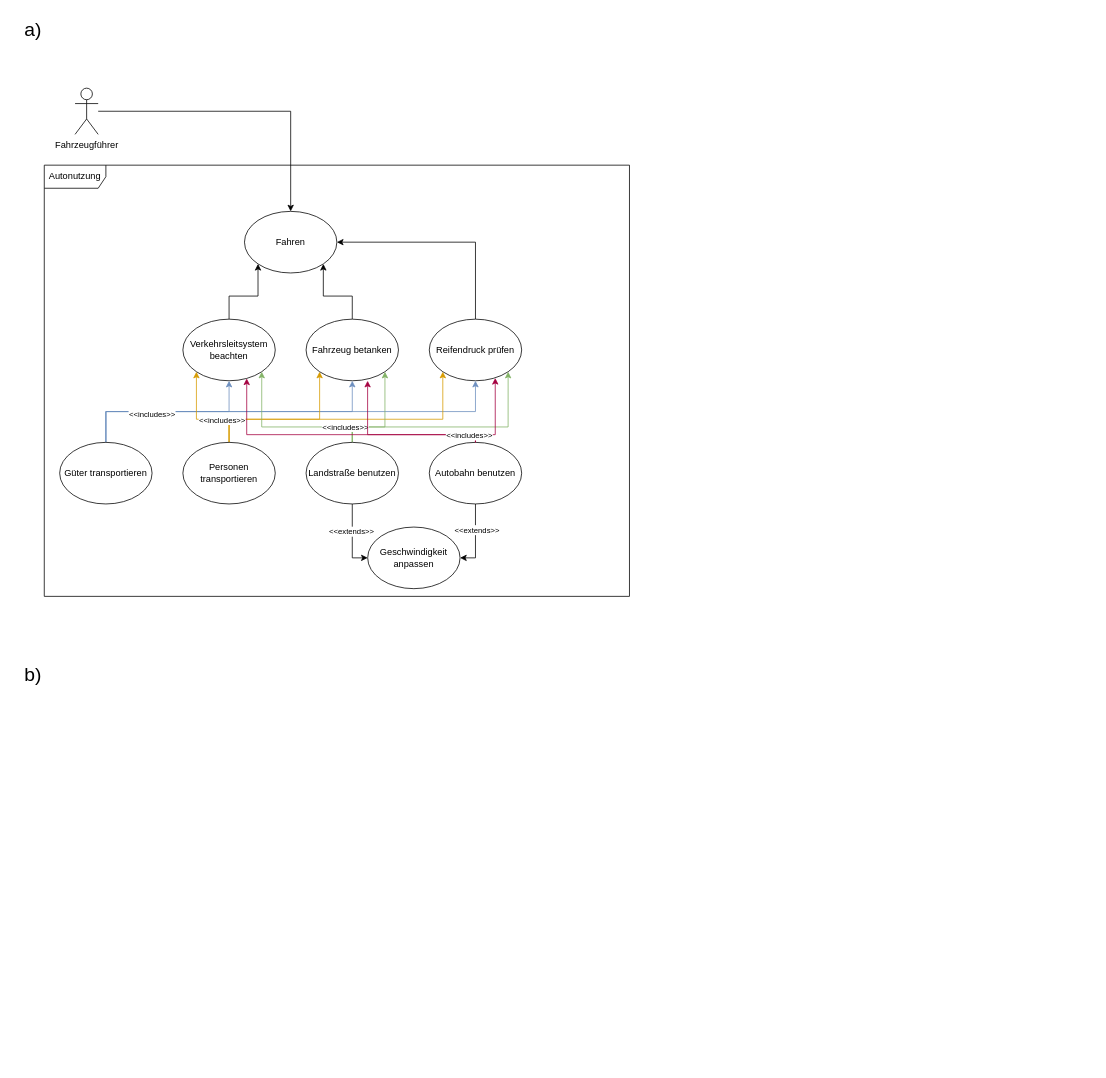
The draw.io diagram 06-09 Anwendungsfalldiagramm und Aktivitätsdiagramm/Aufgabe07/Aufgabe07.drawio in R4Tobi/modellierung, before the edit. Source tidied: cells renumbered, new cells numbered last; positions are measured from the earlier drawing's top-left corner, leaving out a move shared by most shapes. Both pictures are drawn from the tidied source at 77%, with x=0, y=0 at pixel (13, 13).
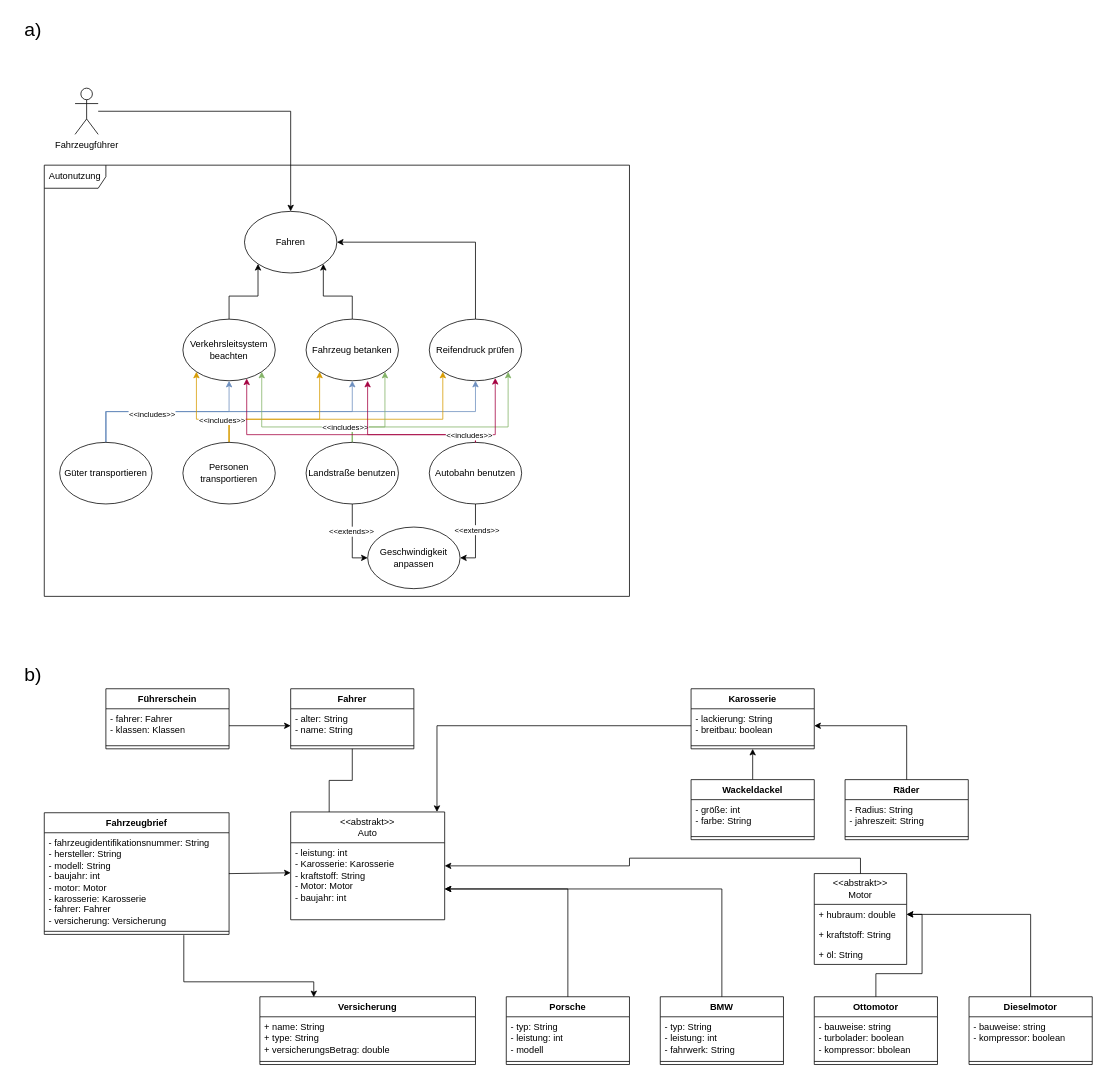
The same diagram, later.

The edit, as a diff of the source:
```diff
@@
+    <mxCell id="39" value="Versicherung" style="swimlane;fontStyle=1;align=center;verticalAlign=top;horizontal=1;startSize=26;whiteSpace=wrap;html=1;" parent="1" vertex="1">
+      <mxGeometry x="320" y="1277" width="280" height="88" as="geometry" />
+    </mxCell>
+    <mxCell id="40" value="+ name: String&lt;br&gt;+ type: String&lt;br&gt;+ versicherungsBetrag: double" style="text;strokeColor=none;fillColor=none;align=left;verticalAlign=top;spacingLeft=4;spacingRight=4;overflow=hidden;whiteSpace=wrap;html=1;" parent="39" vertex="1">
+      <mxGeometry y="26" width="280" height="54" as="geometry" />
+    </mxCell>
+    <mxCell id="41" style="line;strokeWidth=1;fillColor=none;align=left;verticalAlign=middle;spacingTop=-1;spacingLeft=3;spacingRight=3;labelPosition=right;strokeColor=inherit;" parent="39" vertex="1">
+      <mxGeometry y="80" width="280" height="8" as="geometry" />
+    </mxCell>
+    <mxCell id="42" value="Fahrzeugbrief" style="swimlane;fontStyle=1;align=center;verticalAlign=top;horizontal=1;startSize=26;whiteSpace=wrap;html=1;" parent="1" vertex="1">
+      <mxGeometry x="40" y="1038" width="240" height="158" as="geometry" />
+    </mxCell>
+    <mxCell id="43" value="- fahrzeugidentifikationsnummer: String&lt;br&gt;- hersteller: String&lt;br&gt;- modell: String&lt;br&gt;- baujahr: int&lt;br&gt;- motor: Motor&lt;br&gt;- karosserie: Karosserie&lt;br&gt;- fahrer: Fahrer&lt;br&gt;- versicherung: Versicherung   " style="text;strokeColor=none;fillColor=none;align=left;verticalAlign=top;spacingLeft=4;spacingRight=4;overflow=hidden;points=[[0,0.5],[1,0.5]];portConstraint=eastwest;whiteSpace=wrap;html=1;" parent="42" vertex="1">
+      <mxGeometry y="26" width="240" height="124" as="geometry" />
+    </mxCell>
+    <mxCell id="44" style="line;strokeWidth=1;fillColor=none;align=left;verticalAlign=middle;spacingTop=-1;spacingLeft=3;spacingRight=3;labelPosition=right;strokeColor=inherit;" parent="42" vertex="1">
+      <mxGeometry y="150" width="240" height="8" as="geometry" />
+    </mxCell>
+    <mxCell id="45" value="Porsche" style="swimlane;fontStyle=1;align=center;verticalAlign=top;horizontal=1;startSize=26;whiteSpace=wrap;html=1;" parent="1" vertex="1">
+      <mxGeometry x="640" y="1277" width="160" height="88" as="geometry" />
+    </mxCell>
+    <mxCell id="46" value="- typ: String&lt;br&gt;- leistung: int&lt;br&gt;- modell" style="text;strokeColor=none;fillColor=none;align=left;verticalAlign=top;spacingLeft=4;spacingRight=4;overflow=hidden;whiteSpace=wrap;html=1;" parent="45" vertex="1">
+      <mxGeometry y="26" width="160" height="54" as="geometry" />
+    </mxCell>
+    <mxCell id="47" style="line;strokeWidth=1;fillColor=none;align=left;verticalAlign=middle;spacingTop=-1;spacingLeft=3;spacingRight=3;labelPosition=right;strokeColor=inherit;" parent="45" vertex="1">
+      <mxGeometry y="80" width="160" height="8" as="geometry" />
+    </mxCell>
+    <mxCell id="48" value="Führerschein" style="swimlane;fontStyle=1;align=center;verticalAlign=top;horizontal=1;startSize=26;whiteSpace=wrap;html=1;" parent="1" vertex="1">
+      <mxGeometry x="120" y="877" width="160" height="78" as="geometry" />
+    </mxCell>
+    <mxCell id="49" value="- fahrer: Fahrer&lt;br&gt;- klassen: Klassen" style="text;strokeColor=none;fillColor=none;align=left;verticalAlign=top;spacingLeft=4;spacingRight=4;overflow=hidden;points=[[0,0.5],[1,0.5]];portConstraint=eastwest;whiteSpace=wrap;html=1;" parent="48" vertex="1">
+      <mxGeometry y="26" width="160" height="44" as="geometry" />
+    </mxCell>
+    <mxCell id="50" style="line;strokeWidth=1;fillColor=none;align=left;verticalAlign=middle;spacingTop=-1;spacingLeft=3;spacingRight=3;labelPosition=right;strokeColor=inherit;" parent="48" vertex="1">
+      <mxGeometry y="70" width="160" height="8" as="geometry" />
+    </mxCell>
+    <mxCell id="51" value="BMW" style="swimlane;fontStyle=1;align=center;verticalAlign=top;horizontal=1;startSize=26;whiteSpace=wrap;html=1;" parent="1" vertex="1">
+      <mxGeometry x="840" y="1277" width="160" height="88" as="geometry" />
+    </mxCell>
+    <mxCell id="52" value="- typ: String&lt;br&gt;- leistung: int&lt;br&gt;- fahrwerk: String" style="text;strokeColor=none;fillColor=none;align=left;verticalAlign=top;spacingLeft=4;spacingRight=4;overflow=hidden;whiteSpace=wrap;html=1;" parent="51" vertex="1">
+      <mxGeometry y="26" width="160" height="54" as="geometry" />
+    </mxCell>
+    <mxCell id="53" style="line;strokeWidth=1;fillColor=none;align=left;verticalAlign=middle;spacingTop=-1;spacingLeft=3;spacingRight=3;labelPosition=right;strokeColor=inherit;" parent="51" vertex="1">
+      <mxGeometry y="80" width="160" height="8" as="geometry" />
+    </mxCell>
+    <mxCell id="54" style="edgeStyle=orthogonalEdgeStyle;rounded=0;jettySize=auto;html=1;entryX=0;entryY=0.5;entryDx=0;entryDy=0;startArrow=classic;startFill=1;endArrow=none;endFill=0;" parent="1" edge="1" source="58" target="72">
+      <mxGeometry relative="1" as="geometry">
+        <Array as="points">
+          <mxPoint x="550" y="925" />
+        </Array>
+      </mxGeometry>
+    </mxCell>
+    <mxCell id="55" style="edgeStyle=orthogonalEdgeStyle;rounded=0;jettySize=auto;html=1;entryX=0.5;entryY=0;entryDx=0;entryDy=0;startArrow=classic;startFill=1;endArrow=none;endFill=0;" parent="1" edge="1" source="58" target="45">
+      <mxGeometry relative="1" as="geometry">
+        <Array as="points">
+          <mxPoint x="720" y="1137" />
+        </Array>
+      </mxGeometry>
+    </mxCell>
+    <mxCell id="56" style="edgeStyle=orthogonalEdgeStyle;rounded=0;jettySize=auto;html=1;entryX=0.5;entryY=0;entryDx=0;entryDy=0;endArrow=none;endFill=0;startArrow=classic;startFill=1;" parent="1" edge="1" source="58" target="51">
+      <mxGeometry relative="1" as="geometry">
+        <Array as="points">
+          <mxPoint x="920" y="1137" />
+        </Array>
+      </mxGeometry>
+    </mxCell>
+    <mxCell id="57" style="edgeStyle=orthogonalEdgeStyle;rounded=0;jettySize=auto;html=1;entryX=0.5;entryY=0;entryDx=0;entryDy=0;startArrow=classic;startFill=1;endArrow=none;endFill=0;" parent="1" edge="1" source="58" target="60">
+      <mxGeometry relative="1" as="geometry" />
+    </mxCell>
+    <mxCell id="58" value="&amp;lt;&amp;lt;abstrakt&amp;gt;&amp;gt;&lt;br&gt;Auto" style="swimlane;fontStyle=0;horizontal=1;startSize=40;fillColor=none;whiteSpace=wrap;html=1;" parent="1" vertex="1">
+      <mxGeometry x="360" y="1037" width="200" height="140" as="geometry" />
+    </mxCell>
+    <mxCell id="59" value="- leistung: int&lt;br&gt;- Karosserie: Karosserie&lt;br&gt;- kraftstoff: String&lt;br&gt;- Motor: Motor&lt;br&gt;- baujahr: int" style="text;strokeColor=none;fillColor=none;align=left;verticalAlign=top;spacingLeft=4;spacingRight=4;overflow=hidden;whiteSpace=wrap;html=1;" parent="58" vertex="1">
+      <mxGeometry y="40" width="200" height="100" as="geometry" />
+    </mxCell>
+    <mxCell id="60" value="&amp;lt;&amp;lt;abstrakt&amp;gt;&amp;gt;&lt;br&gt;Motor" style="swimlane;fontStyle=0;horizontal=1;startSize=40;fillColor=none;whiteSpace=wrap;html=1;" parent="1" vertex="1">
+      <mxGeometry x="1040" y="1117" width="120" height="118" as="geometry" />
+    </mxCell>
+    <mxCell id="61" value="+ hubraum: double" style="text;strokeColor=none;fillColor=none;align=left;verticalAlign=top;spacingLeft=4;spacingRight=4;overflow=hidden;points=[[0,0.5],[1,0.5]];portConstraint=eastwest;whiteSpace=wrap;html=1;" parent="60" vertex="1">
+      <mxGeometry y="40" width="120" height="26" as="geometry" />
+    </mxCell>
+    <mxCell id="62" value="+ kraftstoff: String" style="text;strokeColor=none;fillColor=none;align=left;verticalAlign=top;spacingLeft=4;spacingRight=4;overflow=hidden;whiteSpace=wrap;html=1;" parent="60" vertex="1">
+      <mxGeometry y="66" width="120" height="26" as="geometry" />
+    </mxCell>
+    <mxCell id="63" value="+ öl: String" style="text;strokeColor=none;fillColor=none;align=left;verticalAlign=top;spacingLeft=4;spacingRight=4;overflow=hidden;whiteSpace=wrap;html=1;" parent="60" vertex="1">
+      <mxGeometry y="92" width="120" height="26" as="geometry" />
+    </mxCell>
+    <mxCell id="64" value="Ottomotor" style="swimlane;fontStyle=1;align=center;verticalAlign=top;horizontal=1;startSize=26;whiteSpace=wrap;html=1;" parent="1" vertex="1">
+      <mxGeometry x="1040" y="1277" width="160" height="88" as="geometry" />
+    </mxCell>
+    <mxCell id="65" value="- bauweise: string&lt;br&gt;- turbolader: boolean&lt;br&gt;- kompressor: bbolean" style="text;strokeColor=none;fillColor=none;align=left;verticalAlign=top;spacingLeft=4;spacingRight=4;overflow=hidden;whiteSpace=wrap;html=1;" parent="64" vertex="1">
+      <mxGeometry y="26" width="160" height="54" as="geometry" />
+    </mxCell>
+    <mxCell id="66" style="line;strokeWidth=1;fillColor=none;align=left;verticalAlign=middle;spacingTop=-1;spacingLeft=3;spacingRight=3;labelPosition=right;strokeColor=inherit;" parent="64" vertex="1">
+      <mxGeometry y="80" width="160" height="8" as="geometry" />
+    </mxCell>
+    <mxCell id="67" value="Dieselmotor" style="swimlane;fontStyle=1;align=center;verticalAlign=top;horizontal=1;startSize=26;whiteSpace=wrap;html=1;" parent="1" vertex="1">
+      <mxGeometry x="1241" y="1277" width="160" height="88" as="geometry" />
+    </mxCell>
+    <mxCell id="68" value="- bauweise: string&lt;br&gt;- kompressor: boolean" style="text;strokeColor=none;fillColor=none;align=left;verticalAlign=top;spacingLeft=4;spacingRight=4;overflow=hidden;whiteSpace=wrap;html=1;" parent="67" vertex="1">
+      <mxGeometry y="26" width="160" height="54" as="geometry" />
+    </mxCell>
+    <mxCell id="69" style="line;strokeWidth=1;fillColor=none;align=left;verticalAlign=middle;spacingTop=-1;spacingLeft=3;spacingRight=3;labelPosition=right;strokeColor=inherit;" parent="67" vertex="1">
+      <mxGeometry y="80" width="160" height="8" as="geometry" />
+    </mxCell>
+    <mxCell id="70" style="edgeStyle=orthogonalEdgeStyle;rounded=0;jettySize=auto;html=1;entryX=0.5;entryY=0;entryDx=0;entryDy=0;startArrow=classic;startFill=1;endArrow=none;endFill=0;" parent="1" edge="1" source="71" target="74">
+      <mxGeometry relative="1" as="geometry" />
+    </mxCell>
+    <mxCell id="71" value="Karosserie" style="swimlane;fontStyle=1;align=center;verticalAlign=top;horizontal=1;startSize=26;whiteSpace=wrap;html=1;" parent="1" vertex="1">
+      <mxGeometry x="880" y="877" width="160" height="78" as="geometry" />
+    </mxCell>
+    <mxCell id="72" value="- lackierung: String&lt;br&gt;- breitbau: boolean" style="text;strokeColor=none;fillColor=none;align=left;verticalAlign=top;spacingLeft=4;spacingRight=4;overflow=hidden;points=[[0,0.5],[1,0.5]];portConstraint=eastwest;whiteSpace=wrap;html=1;" parent="71" vertex="1">
+      <mxGeometry y="26" width="160" height="44" as="geometry" />
+    </mxCell>
+    <mxCell id="73" style="line;strokeWidth=1;fillColor=none;align=left;verticalAlign=middle;spacingTop=-1;spacingLeft=3;spacingRight=3;labelPosition=right;strokeColor=inherit;" parent="71" vertex="1">
+      <mxGeometry y="70" width="160" height="8" as="geometry" />
+    </mxCell>
+    <mxCell id="74" value="Wackeldackel" style="swimlane;fontStyle=1;align=center;verticalAlign=top;horizontal=1;startSize=26;whiteSpace=wrap;html=1;" parent="1" vertex="1">
+      <mxGeometry x="880" y="995" width="160" height="78" as="geometry" />
+    </mxCell>
+    <mxCell id="75" value="- größe: int&lt;br&gt;- farbe: String" style="text;strokeColor=none;fillColor=none;align=left;verticalAlign=top;spacingLeft=4;spacingRight=4;overflow=hidden;whiteSpace=wrap;html=1;" parent="74" vertex="1">
+      <mxGeometry y="26" width="160" height="44" as="geometry" />
+    </mxCell>
+    <mxCell id="76" style="line;strokeWidth=1;fillColor=none;align=left;verticalAlign=middle;spacingTop=-1;spacingLeft=3;spacingRight=3;labelPosition=right;strokeColor=inherit;" parent="74" vertex="1">
+      <mxGeometry y="70" width="160" height="8" as="geometry" />
+    </mxCell>
+    <mxCell id="77" value="Räder" style="swimlane;fontStyle=1;align=center;verticalAlign=top;horizontal=1;startSize=26;whiteSpace=wrap;html=1;" parent="1" vertex="1">
+      <mxGeometry x="1080" y="995" width="160" height="78" as="geometry" />
+    </mxCell>
+    <mxCell id="78" value="- Radius: String&lt;br&gt;- jahreszeit: String" style="text;strokeColor=none;fillColor=none;align=left;verticalAlign=top;spacingLeft=4;spacingRight=4;overflow=hidden;whiteSpace=wrap;html=1;" parent="77" vertex="1">
+      <mxGeometry y="26" width="160" height="44" as="geometry" />
+    </mxCell>
+    <mxCell id="79" style="line;strokeWidth=1;fillColor=none;align=left;verticalAlign=middle;spacingTop=-1;spacingLeft=3;spacingRight=3;labelPosition=right;strokeColor=inherit;" parent="77" vertex="1">
+      <mxGeometry y="70" width="160" height="8" as="geometry" />
+    </mxCell>
+    <mxCell id="80" style="edgeStyle=orthogonalEdgeStyle;rounded=0;jettySize=auto;html=1;entryX=0.25;entryY=0;entryDx=0;entryDy=0;endArrow=none;endFill=0;" parent="1" edge="1" source="81" target="58">
+      <mxGeometry relative="1" as="geometry" />
+    </mxCell>
+    <mxCell id="81" value="Fahrer" style="swimlane;fontStyle=1;align=center;verticalAlign=top;horizontal=1;startSize=26;whiteSpace=wrap;html=1;" parent="1" vertex="1">
+      <mxGeometry x="360" y="877" width="160" height="78" as="geometry" />
+    </mxCell>
+    <mxCell id="82" value="- alter: String&lt;br&gt;- name: String" style="text;strokeColor=none;fillColor=none;align=left;verticalAlign=top;spacingLeft=4;spacingRight=4;overflow=hidden;points=[[0,0.5],[1,0.5]];portConstraint=eastwest;whiteSpace=wrap;html=1;" parent="81" vertex="1">
+      <mxGeometry y="26" width="160" height="44" as="geometry" />
+    </mxCell>
+    <mxCell id="83" style="line;strokeWidth=1;fillColor=none;align=left;verticalAlign=middle;spacingTop=-1;spacingLeft=3;spacingRight=3;labelPosition=right;strokeColor=inherit;" parent="81" vertex="1">
+      <mxGeometry y="70" width="160" height="8" as="geometry" />
+    </mxCell>
+    <mxCell id="84" style="edgeStyle=orthogonalEdgeStyle;rounded=0;jettySize=auto;html=1;entryX=1;entryY=0.5;entryDx=0;entryDy=0;startArrow=classic;startFill=1;endArrow=none;endFill=0;" parent="1" edge="1" source="82" target="49">
+      <mxGeometry relative="1" as="geometry" />
+    </mxCell>
+    <mxCell id="85" style="edgeStyle=orthogonalEdgeStyle;rounded=0;jettySize=auto;html=1;entryX=0.999;entryY=0.428;entryDx=0;entryDy=0;exitX=0;exitY=0.5;exitDx=0;exitDy=0;entryPerimeter=0;startArrow=classic;startFill=1;endArrow=none;endFill=0;" parent="1" edge="1" target="43">
+      <mxGeometry relative="1" as="geometry">
+        <mxPoint x="360" y="1116" as="sourcePoint" />
+      </mxGeometry>
+    </mxCell>
+    <mxCell id="86" style="edgeStyle=orthogonalEdgeStyle;rounded=0;orthogonalLoop=1;jettySize=auto;html=1;entryX=0.25;entryY=0;entryDx=0;entryDy=0;exitX=0.755;exitY=1.047;exitDx=0;exitDy=0;exitPerimeter=0;" parent="1" edge="1">
+      <mxGeometry relative="1" as="geometry">
+        <mxPoint x="221.2" y="1197" as="sourcePoint" />
+        <mxPoint x="390" y="1277.6" as="targetPoint" />
+        <Array as="points">
+          <mxPoint x="221" y="1257.6" />
+          <mxPoint x="390" y="1257.6" />
+        </Array>
+      </mxGeometry>
+    </mxCell>
+    <mxCell id="87" style="edgeStyle=orthogonalEdgeStyle;rounded=0;jettySize=auto;html=1;entryX=0.5;entryY=0;entryDx=0;entryDy=0;endArrow=none;endFill=0;startArrow=classic;startFill=1;" parent="1" edge="1" source="72" target="77">
+      <mxGeometry relative="1" as="geometry" />
+    </mxCell>
+    <mxCell id="88" style="edgeStyle=orthogonalEdgeStyle;rounded=0;jettySize=auto;html=1;entryX=0.5;entryY=0;entryDx=0;entryDy=0;endArrow=none;endFill=0;startArrow=classic;startFill=1;" parent="1" edge="1" source="61" target="67">
+      <mxGeometry relative="1" as="geometry" />
+    </mxCell>
+    <mxCell id="89" style="edgeStyle=orthogonalEdgeStyle;rounded=0;jettySize=auto;html=1;entryX=0.5;entryY=0;entryDx=0;entryDy=0;startArrow=classic;startFill=1;endArrow=none;endFill=0;" parent="1" edge="1" source="61" target="64">
+      <mxGeometry relative="1" as="geometry">
+        <Array as="points">
+          <mxPoint x="1180" y="1170" />
+          <mxPoint x="1180" y="1247" />
+          <mxPoint x="1120" y="1247" />
+        </Array>
+      </mxGeometry>
+    </mxCell>
```
